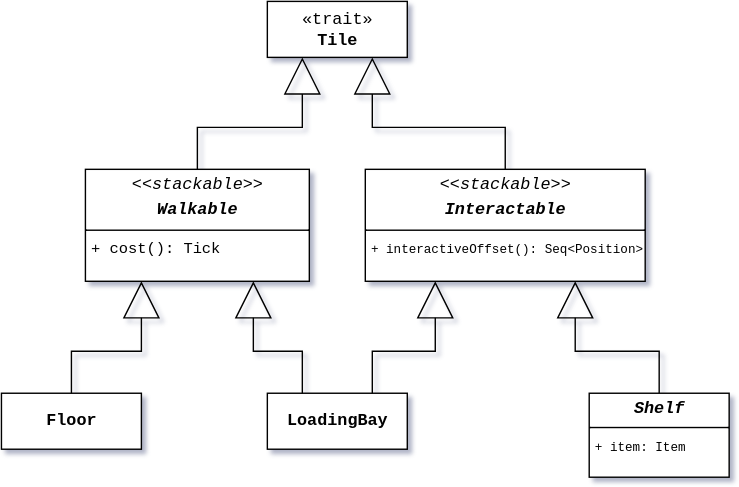
This is docs/diagrams/tile-1.svg from GitMatt101/PPS-25-Sentinel, a draw.io export, as it was before one commit. Source tidied: cells renumbered, new cells last; positions are measured from the earlier drawing's top-left corner, leaving out a move shared by most shapes. The source it was exported from:
```xml
<mxGraphModel shadow="1">
  <root>
    <mxCell id="0" />
    <mxCell id="1" parent="0" />
    <mxCell id="2" style="edgeStyle=orthogonalEdgeStyle;rounded=0;jettySize=auto;html=1;exitX=0.5;exitY=0;exitDx=0;exitDy=0;entryX=0.25;entryY=1;entryDx=0;entryDy=0;endArrow=block;endFill=0;endSize=24;" parent="1" edge="1" source="3" target="5">
      <mxGeometry relative="1" as="geometry" />
    </mxCell>
    <mxCell id="3" value="&lt;p style=&quot;margin:0px;margin-top:4px;text-align:center;&quot;&gt;&lt;i&gt;&amp;lt;&amp;lt;stackable&amp;gt;&amp;gt;&lt;/i&gt;&lt;/p&gt;&lt;p style=&quot;margin:0px;margin-top:4px;text-align:center;&quot;&gt;&lt;b&gt;&lt;i&gt;Walkable&lt;/i&gt;&lt;/b&gt;&lt;/p&gt;&lt;hr size=&quot;1&quot; style=&quot;border-style:solid;&quot;&gt;&lt;p style=&quot;margin:0px;margin-left:4px;&quot;&gt;&lt;span style=&quot;font-size: 11px;&quot;&gt;+ cost(): Tick&lt;/span&gt;&lt;/p&gt;" style="verticalAlign=top;align=left;overflow=fill;html=1;whiteSpace=wrap;fontFamily=Courier New;" parent="1" vertex="1">
      <mxGeometry x="60" y="120" width="160" height="80" as="geometry" />
    </mxCell>
    <mxCell id="4" value="&lt;p style=&quot;margin:0px;margin-top:4px;text-align:center;&quot;&gt;&lt;i&gt;&amp;lt;&amp;lt;stackable&amp;gt;&amp;gt;&lt;/i&gt;&lt;/p&gt;&lt;p style=&quot;margin:0px;margin-top:4px;text-align:center;&quot;&gt;&lt;b&gt;&lt;i&gt;Interactable&lt;/i&gt;&lt;/b&gt;&lt;/p&gt;&lt;hr size=&quot;1&quot; style=&quot;border-style:solid;&quot;&gt;&lt;p style=&quot;margin:0px;margin-left:4px;&quot;&gt;&lt;font style=&quot;font-size: 9px;&quot;&gt;+ interactiveOffset(): Seq&amp;lt;Position&amp;gt;&lt;/font&gt;&lt;/p&gt;" style="verticalAlign=top;align=left;overflow=fill;html=1;whiteSpace=wrap;fontFamily=Courier New;" parent="1" vertex="1">
      <mxGeometry x="260" y="120" width="200" height="80" as="geometry" />
    </mxCell>
    <mxCell id="5" value="&lt;div&gt;«trait»&lt;/div&gt;&lt;div&gt;&lt;b&gt;Tile&lt;/b&gt;&lt;/div&gt;" style="html=1;whiteSpace=wrap;fontFamily=Courier New;textShadow=0;" parent="1" vertex="1">
      <mxGeometry x="190" width="100" height="40" as="geometry" />
    </mxCell>
    <mxCell id="6" style="edgeStyle=orthogonalEdgeStyle;rounded=0;jettySize=auto;html=1;exitX=0.5;exitY=0;exitDx=0;exitDy=0;entryX=0.75;entryY=1;entryDx=0;entryDy=0;endArrow=block;endFill=0;endSize=24;" parent="1" edge="1" source="4" target="5">
      <mxGeometry relative="1" as="geometry" />
    </mxCell>
    <mxCell id="7" value="&lt;div&gt;&lt;b&gt;LoadingBay&lt;/b&gt;&lt;/div&gt;" style="html=1;whiteSpace=wrap;fontFamily=Courier New;textShadow=0;" parent="1" vertex="1">
      <mxGeometry x="190" y="280" width="100" height="40" as="geometry" />
    </mxCell>
    <mxCell id="8" style="edgeStyle=orthogonalEdgeStyle;rounded=0;jettySize=auto;html=1;exitX=0.75;exitY=0;exitDx=0;exitDy=0;entryX=0.25;entryY=1;entryDx=0;entryDy=0;endArrow=block;endFill=0;endSize=24;" parent="1" edge="1" source="7" target="4">
      <mxGeometry relative="1" as="geometry" />
    </mxCell>
    <mxCell id="9" style="edgeStyle=orthogonalEdgeStyle;rounded=0;jettySize=auto;html=1;exitX=0.25;exitY=0;exitDx=0;exitDy=0;entryX=0.75;entryY=1;entryDx=0;entryDy=0;endArrow=block;endFill=0;endSize=24;" parent="1" edge="1" source="7" target="3">
      <mxGeometry relative="1" as="geometry" />
    </mxCell>
    <mxCell id="10" value="&lt;div&gt;&lt;b&gt;Floor&lt;/b&gt;&lt;/div&gt;" style="html=1;whiteSpace=wrap;fontFamily=Courier New;textShadow=0;" parent="1" vertex="1">
      <mxGeometry y="280" width="100" height="40" as="geometry" />
    </mxCell>
    <mxCell id="11" style="edgeStyle=orthogonalEdgeStyle;rounded=0;jettySize=auto;html=1;exitX=0.5;exitY=0;exitDx=0;exitDy=0;entryX=0.25;entryY=1;entryDx=0;entryDy=0;endArrow=block;endFill=0;endSize=24;" parent="1" edge="1" source="10" target="3">
      <mxGeometry relative="1" as="geometry" />
    </mxCell>
    <mxCell id="12" style="edgeStyle=orthogonalEdgeStyle;rounded=0;jettySize=auto;html=1;exitX=0.5;exitY=0;exitDx=0;exitDy=0;entryX=0.75;entryY=1;entryDx=0;entryDy=0;endArrow=block;endFill=0;endSize=24;" parent="1" edge="1" source="13" target="4">
      <mxGeometry relative="1" as="geometry" />
    </mxCell>
    <mxCell id="13" value="&lt;p style=&quot;margin:0px;margin-top:4px;text-align:center;&quot;&gt;&lt;b&gt;&lt;i&gt;Shelf&lt;/i&gt;&lt;/b&gt;&lt;/p&gt;&lt;hr size=&quot;1&quot; style=&quot;border-style:solid;&quot;&gt;&lt;p style=&quot;margin:0px;margin-left:4px;&quot;&gt;&lt;font style=&quot;font-size: 9px;&quot;&gt;+ item: Item&lt;/font&gt;&lt;/p&gt;" style="verticalAlign=top;align=left;overflow=fill;html=1;whiteSpace=wrap;fontFamily=Courier New;" parent="1" vertex="1">
      <mxGeometry x="420" y="280" width="100" height="60" as="geometry" />
    </mxCell>
  </root>
</mxGraphModel>
```
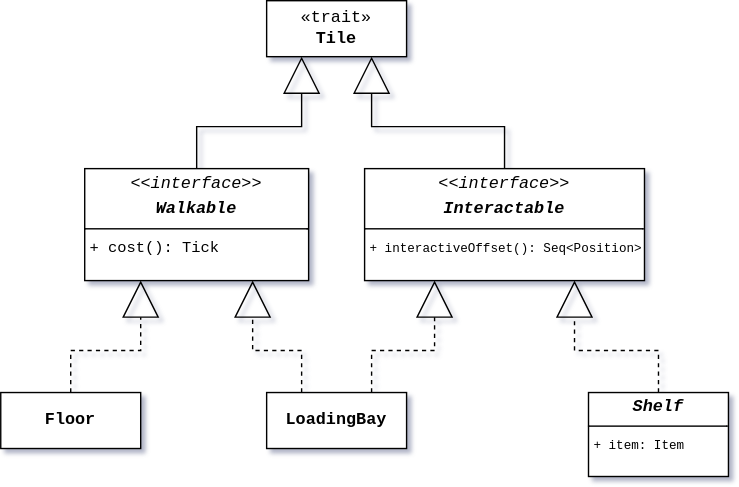
After the commit.

Diff of the diagram source:
```diff
@@ -5,10 +5,10 @@
     <mxCell id="2" style="edgeStyle=orthogonalEdgeStyle;rounded=0;jettySize=auto;html=1;exitX=0.5;exitY=0;exitDx=0;exitDy=0;entryX=0.25;entryY=1;entryDx=0;entryDy=0;endArrow=block;endFill=0;endSize=24;" parent="1" edge="1" source="3" target="5">
       <mxGeometry relative="1" as="geometry" />
     </mxCell>
-    <mxCell id="3" value="&lt;p style=&quot;margin:0px;margin-top:4px;text-align:center;&quot;&gt;&lt;i&gt;&amp;lt;&amp;lt;stackable&amp;gt;&amp;gt;&lt;/i&gt;&lt;/p&gt;&lt;p style=&quot;margin:0px;margin-top:4px;text-align:center;&quot;&gt;&lt;b&gt;&lt;i&gt;Walkable&lt;/i&gt;&lt;/b&gt;&lt;/p&gt;&lt;hr size=&quot;1&quot; style=&quot;border-style:solid;&quot;&gt;&lt;p style=&quot;margin:0px;margin-left:4px;&quot;&gt;&lt;span style=&quot;font-size: 11px;&quot;&gt;+ cost(): Tick&lt;/span&gt;&lt;/p&gt;" style="verticalAlign=top;align=left;overflow=fill;html=1;whiteSpace=wrap;fontFamily=Courier New;" parent="1" vertex="1">
+    <mxCell id="3" value="&lt;p style=&quot;margin:0px;margin-top:4px;text-align:center;&quot;&gt;&lt;i&gt;&amp;lt;&amp;lt;interface&amp;gt;&amp;gt;&lt;/i&gt;&lt;/p&gt;&lt;p style=&quot;margin:0px;margin-top:4px;text-align:center;&quot;&gt;&lt;b&gt;&lt;i&gt;Walkable&lt;/i&gt;&lt;/b&gt;&lt;/p&gt;&lt;hr size=&quot;1&quot; style=&quot;border-style:solid;&quot;&gt;&lt;p style=&quot;margin:0px;margin-left:4px;&quot;&gt;&lt;span style=&quot;font-size: 11px;&quot;&gt;+ cost(): Tick&lt;/span&gt;&lt;/p&gt;" style="verticalAlign=top;align=left;overflow=fill;html=1;whiteSpace=wrap;fontFamily=Courier New;" parent="1" vertex="1">
       <mxGeometry x="60" y="120" width="160" height="80" as="geometry" />
     </mxCell>
-    <mxCell id="4" value="&lt;p style=&quot;margin:0px;margin-top:4px;text-align:center;&quot;&gt;&lt;i&gt;&amp;lt;&amp;lt;stackable&amp;gt;&amp;gt;&lt;/i&gt;&lt;/p&gt;&lt;p style=&quot;margin:0px;margin-top:4px;text-align:center;&quot;&gt;&lt;b&gt;&lt;i&gt;Interactable&lt;/i&gt;&lt;/b&gt;&lt;/p&gt;&lt;hr size=&quot;1&quot; style=&quot;border-style:solid;&quot;&gt;&lt;p style=&quot;margin:0px;margin-left:4px;&quot;&gt;&lt;font style=&quot;font-size: 9px;&quot;&gt;+ interactiveOffset(): Seq&amp;lt;Position&amp;gt;&lt;/font&gt;&lt;/p&gt;" style="verticalAlign=top;align=left;overflow=fill;html=1;whiteSpace=wrap;fontFamily=Courier New;" parent="1" vertex="1">
+    <mxCell id="4" value="&lt;p style=&quot;margin:0px;margin-top:4px;text-align:center;&quot;&gt;&lt;i&gt;&amp;lt;&amp;lt;interface&amp;gt;&amp;gt;&lt;/i&gt;&lt;/p&gt;&lt;p style=&quot;margin:0px;margin-top:4px;text-align:center;&quot;&gt;&lt;b&gt;&lt;i&gt;Interactable&lt;/i&gt;&lt;/b&gt;&lt;/p&gt;&lt;hr size=&quot;1&quot; style=&quot;border-style:solid;&quot;&gt;&lt;p style=&quot;margin:0px;margin-left:4px;&quot;&gt;&lt;font style=&quot;font-size: 9px;&quot;&gt;+ interactiveOffset(): Seq&amp;lt;Position&amp;gt;&lt;/font&gt;&lt;/p&gt;" style="verticalAlign=top;align=left;overflow=fill;html=1;whiteSpace=wrap;fontFamily=Courier New;" parent="1" vertex="1">
       <mxGeometry x="260" y="120" width="200" height="80" as="geometry" />
     </mxCell>
     <mxCell id="5" value="&lt;div&gt;«trait»&lt;/div&gt;&lt;div&gt;&lt;b&gt;Tile&lt;/b&gt;&lt;/div&gt;" style="html=1;whiteSpace=wrap;fontFamily=Courier New;textShadow=0;" parent="1" vertex="1">
@@ -20,19 +20,19 @@
     <mxCell id="7" value="&lt;div&gt;&lt;b&gt;LoadingBay&lt;/b&gt;&lt;/div&gt;" style="html=1;whiteSpace=wrap;fontFamily=Courier New;textShadow=0;" parent="1" vertex="1">
       <mxGeometry x="190" y="280" width="100" height="40" as="geometry" />
     </mxCell>
-    <mxCell id="8" style="edgeStyle=orthogonalEdgeStyle;rounded=0;jettySize=auto;html=1;exitX=0.75;exitY=0;exitDx=0;exitDy=0;entryX=0.25;entryY=1;entryDx=0;entryDy=0;endArrow=block;endFill=0;endSize=24;" parent="1" edge="1" source="7" target="4">
+    <mxCell id="8" style="edgeStyle=orthogonalEdgeStyle;rounded=0;jettySize=auto;html=1;exitX=0.75;exitY=0;exitDx=0;exitDy=0;entryX=0.25;entryY=1;entryDx=0;entryDy=0;endArrow=block;endFill=0;endSize=24;dashed=1;" parent="1" edge="1" source="7" target="4">
       <mxGeometry relative="1" as="geometry" />
     </mxCell>
-    <mxCell id="9" style="edgeStyle=orthogonalEdgeStyle;rounded=0;jettySize=auto;html=1;exitX=0.25;exitY=0;exitDx=0;exitDy=0;entryX=0.75;entryY=1;entryDx=0;entryDy=0;endArrow=block;endFill=0;endSize=24;" parent="1" edge="1" source="7" target="3">
+    <mxCell id="9" style="edgeStyle=orthogonalEdgeStyle;rounded=0;jettySize=auto;html=1;exitX=0.25;exitY=0;exitDx=0;exitDy=0;entryX=0.75;entryY=1;entryDx=0;entryDy=0;endArrow=block;endFill=0;endSize=24;dashed=1;" parent="1" edge="1" source="7" target="3">
       <mxGeometry relative="1" as="geometry" />
     </mxCell>
     <mxCell id="10" value="&lt;div&gt;&lt;b&gt;Floor&lt;/b&gt;&lt;/div&gt;" style="html=1;whiteSpace=wrap;fontFamily=Courier New;textShadow=0;" parent="1" vertex="1">
       <mxGeometry y="280" width="100" height="40" as="geometry" />
     </mxCell>
-    <mxCell id="11" style="edgeStyle=orthogonalEdgeStyle;rounded=0;jettySize=auto;html=1;exitX=0.5;exitY=0;exitDx=0;exitDy=0;entryX=0.25;entryY=1;entryDx=0;entryDy=0;endArrow=block;endFill=0;endSize=24;" parent="1" edge="1" source="10" target="3">
+    <mxCell id="11" style="edgeStyle=orthogonalEdgeStyle;rounded=0;jettySize=auto;html=1;exitX=0.5;exitY=0;exitDx=0;exitDy=0;entryX=0.25;entryY=1;entryDx=0;entryDy=0;endArrow=block;endFill=0;endSize=24;dashed=1;" parent="1" edge="1" source="10" target="3">
       <mxGeometry relative="1" as="geometry" />
     </mxCell>
-    <mxCell id="12" style="edgeStyle=orthogonalEdgeStyle;rounded=0;jettySize=auto;html=1;exitX=0.5;exitY=0;exitDx=0;exitDy=0;entryX=0.75;entryY=1;entryDx=0;entryDy=0;endArrow=block;endFill=0;endSize=24;" parent="1" edge="1" source="13" target="4">
+    <mxCell id="12" style="edgeStyle=orthogonalEdgeStyle;rounded=0;jettySize=auto;html=1;exitX=0.5;exitY=0;exitDx=0;exitDy=0;entryX=0.75;entryY=1;entryDx=0;entryDy=0;endArrow=block;endFill=0;endSize=24;dashed=1;" parent="1" edge="1" source="13" target="4">
       <mxGeometry relative="1" as="geometry" />
     </mxCell>
     <mxCell id="13" value="&lt;p style=&quot;margin:0px;margin-top:4px;text-align:center;&quot;&gt;&lt;b&gt;&lt;i&gt;Shelf&lt;/i&gt;&lt;/b&gt;&lt;/p&gt;&lt;hr size=&quot;1&quot; style=&quot;border-style:solid;&quot;&gt;&lt;p style=&quot;margin:0px;margin-left:4px;&quot;&gt;&lt;font style=&quot;font-size: 9px;&quot;&gt;+ item: Item&lt;/font&gt;&lt;/p&gt;" style="verticalAlign=top;align=left;overflow=fill;html=1;whiteSpace=wrap;fontFamily=Courier New;" parent="1" vertex="1">
```
